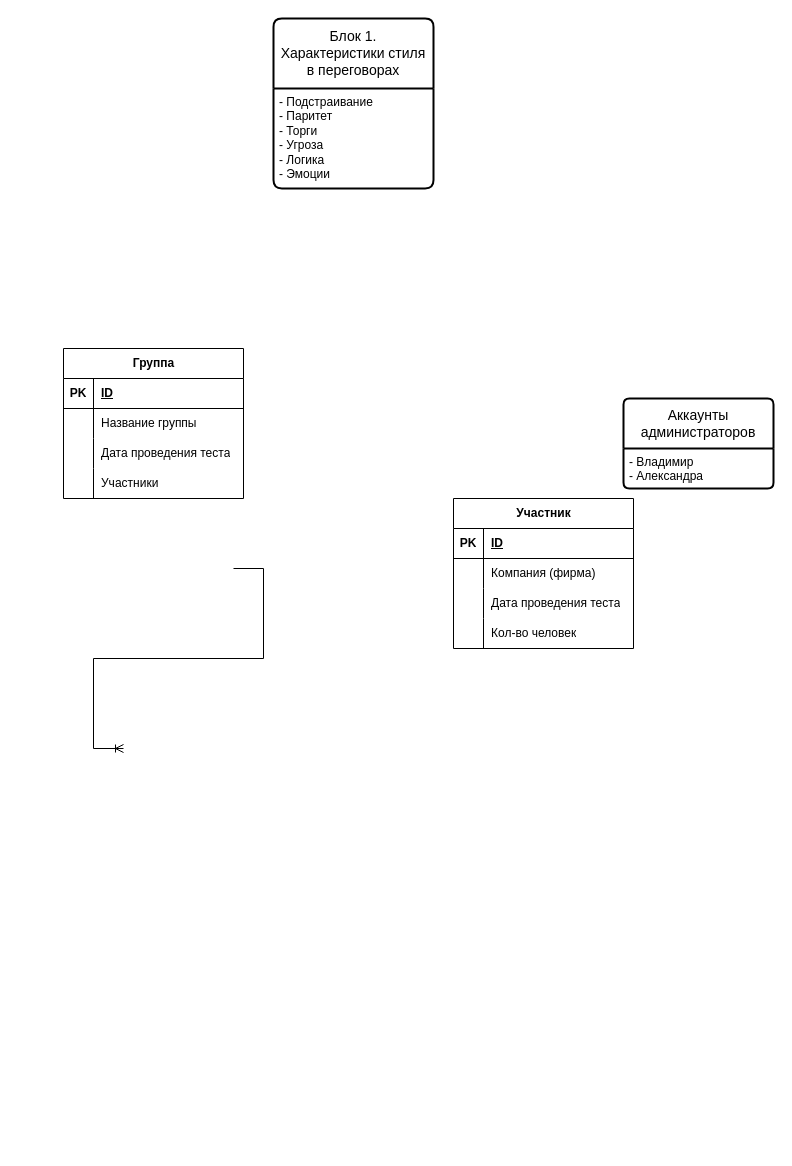
apakufai/ISeC_workfiles keeps this draw.io diagram as ИКС-файл.drawio. Above is the earlier version. Source tidied: cells renumbered, new cells numbered last; positions are measured from the earlier drawing's top-left corner, leaving out a move shared by most shapes. Both pictures are drawn from the tidied source at 100%, with x=0, y=0 at pixel (63, 18).
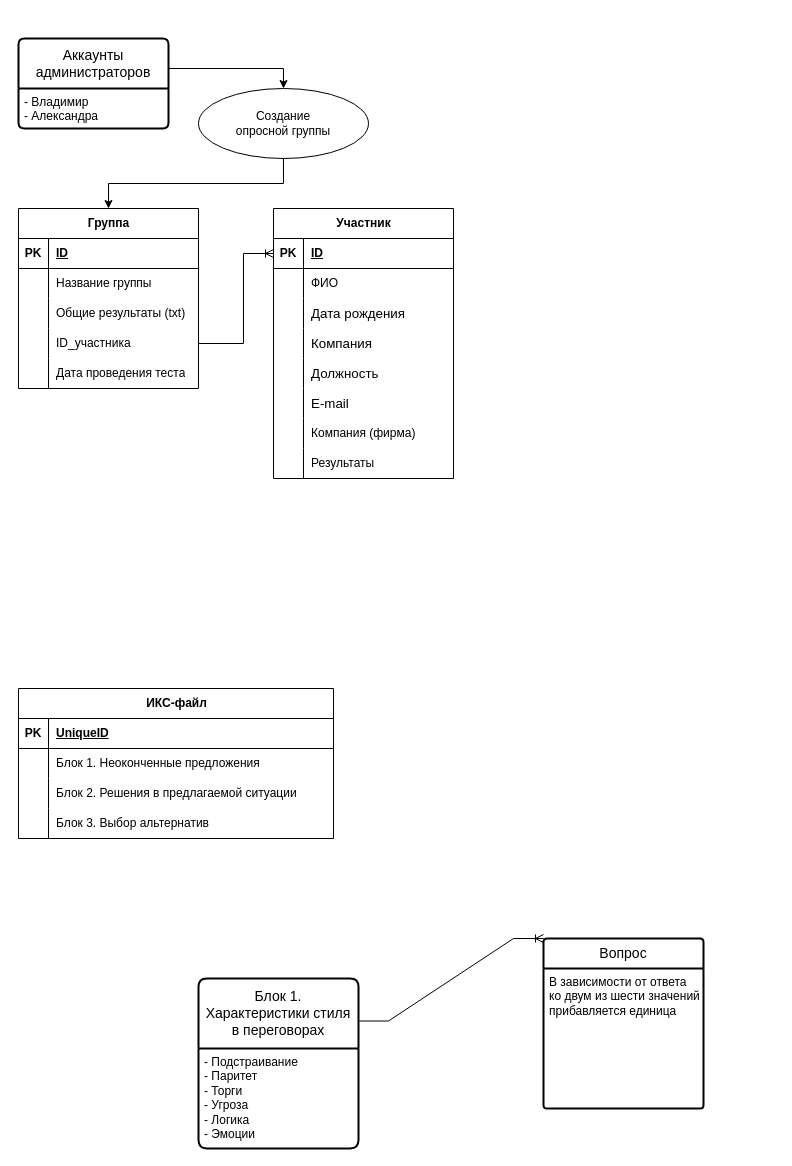
After the change.

Unchanged cells that the change refers to:
```xml
<mxCell id="3" value="- Владимир&lt;div&gt;- Александра&lt;/div&gt;" style="align=left;strokeColor=none;fillColor=none;spacingLeft=4;fontSize=12;verticalAlign=top;html=1;" parent="2" vertex="1">
  <mxGeometry y="50" width="150" height="40" as="geometry" />
</mxCell>
<mxCell id="11" style="shape=tableRow;horizontal=0;startSize=0;swimlaneHead=0;swimlaneBody=0;fillColor=none;top=0;left=0;right=0;bottom=0;" parent="4" vertex="1">
  <mxGeometry y="90" width="180" height="30" as="geometry" />
</mxCell>
<mxCell id="14" style="shape=tableRow;horizontal=0;startSize=0;swimlaneHead=0;swimlaneBody=0;fillColor=none;points=[[0,0.5],[1,0.5]];portConstraint=eastwest;top=0;left=0;right=0;bottom=0;" parent="4" vertex="1">
  <mxGeometry y="120" width="180" height="30" as="geometry" />
</mxCell>
<mxCell id="18" style="shape=tableRow;horizontal=0;startSize=0;swimlaneHead=0;swimlaneBody=0;fillColor=none;points=[[0,0.5],[1,0.5]];portConstraint=eastwest;top=0;left=0;right=0;bottom=1;" parent="17" vertex="1">
  <mxGeometry y="30" width="180" height="30" as="geometry" />
</mxCell>
<mxCell id="21" style="shape=tableRow;horizontal=0;startSize=0;swimlaneHead=0;swimlaneBody=0;fillColor=none;top=0;left=0;right=0;bottom=0;" parent="17" vertex="1">
  <mxGeometry y="60" width="180" height="30" as="geometry" />
</mxCell>
<mxCell id="24" style="shape=tableRow;horizontal=0;startSize=0;swimlaneHead=0;swimlaneBody=0;fillColor=none;top=0;left=0;right=0;bottom=0;" parent="17" vertex="1">
  <mxGeometry y="90" width="180" height="30" as="geometry" />
</mxCell>
<mxCell id="27" style="shape=tableRow;horizontal=0;startSize=0;swimlaneHead=0;swimlaneBody=0;fillColor=none;top=0;left=0;right=0;bottom=0;" parent="17" vertex="1">
  <mxGeometry y="120" width="180" height="30" as="geometry" />
</mxCell>
```

Diff of the diagram source:
```diff
@@
     <mxCell id="2" value="Аккаунты администраторов" style="swimlane;horizontal=1;startSize=50;rounded=1;fontSize=14;fontStyle=0;strokeWidth=2;shadow=0;dashed=0;align=center;arcSize=4;whiteSpace=wrap;html=1;" parent="1" vertex="1">
-      <mxGeometry x="560" y="380" width="150" height="90" as="geometry" />
+      <mxGeometry x="-45" y="20" width="150" height="90" as="geometry" />
     </mxCell>
@@
     <mxCell id="4" value="Группа" style="shape=table;startSize=30;childLayout=tableLayout;rowLines=0;fontStyle=1;align=center;html=1;" parent="1" vertex="1">
-      <mxGeometry y="330" width="180" height="150" as="geometry" />
+      <mxGeometry x="-45" y="190" width="180" height="180" as="geometry" />
     </mxCell>
@@
-    <mxCell id="13" value="Дата проведения теста" style="shape=partialRectangle;fillColor=none;top=0;left=0;bottom=0;right=0;align=left;spacingLeft=6;overflow=hidden;whiteSpace=wrap;html=1;" parent="11" vertex="1">
+    <mxCell id="13" value="Общие результаты (txt)" style="shape=partialRectangle;fillColor=none;top=0;left=0;bottom=0;right=0;align=left;spacingLeft=6;overflow=hidden;whiteSpace=wrap;html=1;" parent="11" vertex="1">
       <mxGeometry x="30" width="150" height="30" as="geometry" />
     </mxCell>
@@
-    <mxCell id="16" value="Участники" style="shape=partialRectangle;fillColor=none;top=0;left=0;bottom=0;right=0;align=left;spacingLeft=6;overflow=hidden;whiteSpace=wrap;html=1;" parent="14" vertex="1">
+    <mxCell id="16" value="ID_участника" style="shape=partialRectangle;fillColor=none;top=0;left=0;bottom=0;right=0;align=left;spacingLeft=6;overflow=hidden;whiteSpace=wrap;html=1;" parent="14" vertex="1">
       <mxGeometry x="30" width="150" height="30" as="geometry" />
     </mxCell>
+    <mxCell id="33" style="shape=tableRow;horizontal=0;startSize=0;swimlaneHead=0;swimlaneBody=0;fillColor=none;top=0;left=0;right=0;bottom=0;" parent="4" vertex="1">
+      <mxGeometry y="150" width="180" height="30" as="geometry" />
+    </mxCell>
+    <mxCell id="34" style="shape=partialRectangle;fillColor=none;top=0;left=0;bottom=0;right=0;overflow=hidden;whiteSpace=wrap;html=1;" parent="33" vertex="1">
+      <mxGeometry width="30" height="30" as="geometry" />
+    </mxCell>
+    <mxCell id="35" value="Дата проведения теста" style="shape=partialRectangle;fillColor=none;top=0;left=0;bottom=0;right=0;align=left;spacingLeft=6;overflow=hidden;whiteSpace=wrap;html=1;" parent="33" vertex="1">
+      <mxGeometry x="30" width="150" height="30" as="geometry" />
+    </mxCell>
     <mxCell id="17" value="Участник" style="shape=table;startSize=30;childLayout=tableLayout;rowLines=0;fontStyle=1;align=center;html=1;" parent="1" vertex="1">
-      <mxGeometry x="390" y="480" width="180" height="150" as="geometry" />
+      <mxGeometry x="210" y="190" width="180" height="270" as="geometry" />
     </mxCell>
@@
-    <mxCell id="23" value="Компания (фирма)" style="shape=partialRectangle;fillColor=none;top=0;left=0;bottom=0;right=0;align=left;spacingLeft=6;overflow=hidden;whiteSpace=wrap;html=1;" parent="21" vertex="1">
+    <mxCell id="23" value="ФИО" style="shape=partialRectangle;fillColor=none;top=0;left=0;bottom=0;right=0;align=left;spacingLeft=6;overflow=hidden;whiteSpace=wrap;html=1;" parent="21" vertex="1">
       <mxGeometry x="30" width="150" height="30" as="geometry" />
     </mxCell>
@@
-    <mxCell id="26" value="Дата проведения теста" style="shape=partialRectangle;fillColor=none;top=0;left=0;bottom=0;right=0;align=left;spacingLeft=6;overflow=hidden;whiteSpace=wrap;html=1;" parent="24" vertex="1">
+    <mxCell id="26" value="&lt;span style=&quot;font-size: 10pt; font-family: Arial, sans-serif;&quot;&gt;Дата рождения&lt;/span&gt;" style="shape=partialRectangle;fillColor=none;top=0;left=0;bottom=0;right=0;align=left;spacingLeft=6;overflow=hidden;whiteSpace=wrap;html=1;" parent="24" vertex="1">
       <mxGeometry x="30" width="150" height="30" as="geometry" />
     </mxCell>
@@
-    <mxCell id="29" value="Кол-во человек" style="shape=partialRectangle;fillColor=none;top=0;left=0;bottom=0;right=0;align=left;spacingLeft=6;overflow=hidden;whiteSpace=wrap;html=1;" parent="27" vertex="1">
+    <mxCell id="29" value="&lt;span style=&quot;font-size: 10pt; font-family: Arial, sans-serif;&quot;&gt;Компания&lt;/span&gt;" style="shape=partialRectangle;fillColor=none;top=0;left=0;bottom=0;right=0;align=left;spacingLeft=6;overflow=hidden;whiteSpace=wrap;html=1;" parent="27" vertex="1">
       <mxGeometry x="30" width="150" height="30" as="geometry" />
     </mxCell>
-    <mxCell id="30" style="edgeStyle=entityRelationEdgeStyle;fontSize=12;html=1;endArrow=ERoneToMany;rounded=0;" parent="1" edge="1">
-      <mxGeometry relative="1" as="geometry">
-        <mxPoint x="170" y="550" as="sourcePoint" />
-        <mxPoint x="60" y="730" as="targetPoint" />
-        <Array as="points">
-          <mxPoint x="180" y="560" />
-          <mxPoint x="150" y="570" />
-        </Array>
-      </mxGeometry>
-    </mxCell>
+    <mxCell id="36" style="shape=tableRow;horizontal=0;startSize=0;swimlaneHead=0;swimlaneBody=0;fillColor=none;top=0;left=0;right=0;bottom=0;" parent="17" vertex="1">
+      <mxGeometry y="150" width="180" height="30" as="geometry" />
+    </mxCell>
+    <mxCell id="37" style="shape=partialRectangle;fillColor=none;top=0;left=0;bottom=0;right=0;overflow=hidden;whiteSpace=wrap;html=1;" parent="36" vertex="1">
+      <mxGeometry width="30" height="30" as="geometry" />
+    </mxCell>
+    <mxCell id="38" value="&lt;span style=&quot;font-size: 10pt; font-family: Arial, sans-serif;&quot;&gt;Должность&amp;nbsp;&lt;/span&gt;" style="shape=partialRectangle;fillColor=none;top=0;left=0;bottom=0;right=0;align=left;spacingLeft=6;overflow=hidden;whiteSpace=wrap;html=1;" parent="36" vertex="1">
+      <mxGeometry x="30" width="150" height="30" as="geometry" />
+    </mxCell>
+    <mxCell id="39" style="shape=tableRow;horizontal=0;startSize=0;swimlaneHead=0;swimlaneBody=0;fillColor=none;top=0;left=0;right=0;bottom=0;" parent="17" vertex="1">
+      <mxGeometry y="180" width="180" height="30" as="geometry" />
+    </mxCell>
+    <mxCell id="40" style="shape=partialRectangle;fillColor=none;top=0;left=0;bottom=0;right=0;overflow=hidden;whiteSpace=wrap;html=1;" parent="39" vertex="1">
+      <mxGeometry width="30" height="30" as="geometry" />
+    </mxCell>
+    <mxCell id="41" value="&lt;span style=&quot;font-size: 10pt; font-family: Arial, sans-serif;&quot;&gt;E-mail&lt;/span&gt;" style="shape=partialRectangle;fillColor=none;top=0;left=0;bottom=0;right=0;align=left;spacingLeft=6;overflow=hidden;whiteSpace=wrap;html=1;" parent="39" vertex="1">
+      <mxGeometry x="30" width="150" height="30" as="geometry" />
+    </mxCell>
+    <mxCell id="42" style="shape=tableRow;horizontal=0;startSize=0;swimlaneHead=0;swimlaneBody=0;fillColor=none;top=0;left=0;right=0;bottom=0;" parent="17" vertex="1">
+      <mxGeometry y="210" width="180" height="30" as="geometry" />
+    </mxCell>
+    <mxCell id="43" style="shape=partialRectangle;fillColor=none;top=0;left=0;bottom=0;right=0;overflow=hidden;whiteSpace=wrap;html=1;" parent="42" vertex="1">
+      <mxGeometry width="30" height="30" as="geometry" />
+    </mxCell>
+    <mxCell id="44" value="Компания (фирма)" style="shape=partialRectangle;fillColor=none;top=0;left=0;bottom=0;right=0;align=left;spacingLeft=6;overflow=hidden;whiteSpace=wrap;html=1;" parent="42" vertex="1">
+      <mxGeometry x="30" width="150" height="30" as="geometry" />
+    </mxCell>
+    <mxCell id="45" style="shape=tableRow;horizontal=0;startSize=0;swimlaneHead=0;swimlaneBody=0;fillColor=none;top=0;left=0;right=0;bottom=0;" parent="17" vertex="1">
+      <mxGeometry y="240" width="180" height="30" as="geometry" />
+    </mxCell>
+    <mxCell id="46" style="shape=partialRectangle;fillColor=none;top=0;left=0;bottom=0;right=0;overflow=hidden;whiteSpace=wrap;html=1;" parent="45" vertex="1">
+      <mxGeometry width="30" height="30" as="geometry" />
+    </mxCell>
+    <mxCell id="47" value="Результаты" style="shape=partialRectangle;fillColor=none;top=0;left=0;bottom=0;right=0;align=left;spacingLeft=6;overflow=hidden;whiteSpace=wrap;html=1;" parent="45" vertex="1">
+      <mxGeometry x="30" width="150" height="30" as="geometry" />
+    </mxCell>
     <mxCell id="31" value="Блок 1.&lt;div&gt;Характеристики стиля&lt;/div&gt;&lt;div&gt;в переговорах&lt;/div&gt;" style="swimlane;horizontal=1;startSize=70;rounded=1;fontSize=14;fontStyle=0;strokeWidth=2;shadow=0;dashed=0;align=center;arcSize=4;whiteSpace=wrap;html=1;" parent="1" vertex="1">
-      <mxGeometry x="210" width="160" height="170" as="geometry" />
+      <mxGeometry x="135" y="960" width="160" height="170" as="geometry" />
     </mxCell>
@@
+    <mxCell id="48" style="edgeStyle=entityRelationEdgeStyle;fontSize=12;html=1;endArrow=ERoneToMany;rounded=0;exitX=1;exitY=0.25;exitDx=0;exitDy=0;entryX=0;entryY=0;entryDx=0;entryDy=0;" parent="1" edge="1" source="31" target="49">
+      <mxGeometry relative="1" as="geometry" />
+    </mxCell>
+    <mxCell id="49" value="Вопрос" style="swimlane;horizontal=1;startSize=30;rounded=1;fontSize=14;fontStyle=0;strokeWidth=2;shadow=0;dashed=0;align=center;arcSize=4;whiteSpace=wrap;html=1;" parent="1" vertex="1">
+      <mxGeometry x="480" y="920" width="160" height="170" as="geometry" />
+    </mxCell>
+    <mxCell id="50" value="В зависимости от ответа&lt;div&gt;ко двум из шести значений&lt;/div&gt;&lt;div&gt;прибавляется единица&lt;/div&gt;" style="align=left;strokeColor=none;fillColor=none;spacingLeft=4;fontSize=12;verticalAlign=top;html=1;" parent="49" vertex="1">
+      <mxGeometry y="30" width="160" height="140" as="geometry" />
+    </mxCell>
+    <mxCell id="51" style="edgeStyle=orthogonalEdgeStyle;rounded=0;jettySize=auto;html=1;exitX=1;exitY=0;exitDx=0;exitDy=0;entryX=0.5;entryY=0;entryDx=0;entryDy=0;" parent="1" edge="1" source="3" target="53">
+      <mxGeometry relative="1" as="geometry" />
+    </mxCell>
+    <mxCell id="52" style="edgeStyle=orthogonalEdgeStyle;rounded=0;jettySize=auto;html=1;entryX=0.5;entryY=0;entryDx=0;entryDy=0;" parent="1" edge="1" source="53" target="4">
+      <mxGeometry relative="1" as="geometry" />
+    </mxCell>
+    <mxCell id="53" value="Создание&lt;div&gt;опросной группы&lt;/div&gt;" style="ellipse;whiteSpace=wrap;html=1;align=center;" parent="1" vertex="1">
+      <mxGeometry x="135" y="70" width="170" height="70" as="geometry" />
+    </mxCell>
+    <mxCell id="54" style="edgeStyle=elbowEdgeStyle;fontSize=12;html=1;endArrow=ERoneToMany;rounded=0;exitX=1;exitY=0.5;exitDx=0;exitDy=0;entryX=0;entryY=0.5;entryDx=0;entryDy=0;" parent="1" edge="1" source="14" target="18">
+      <mxGeometry relative="1" as="geometry">
+        <Array as="points">
+          <mxPoint x="180" y="280" />
+        </Array>
+      </mxGeometry>
+    </mxCell>
+    <mxCell id="55" value="ИКС-файл" style="shape=table;startSize=30;childLayout=tableLayout;rowLines=0;fontStyle=1;align=center;html=1;" parent="1" vertex="1">
+      <mxGeometry x="-45" y="670" width="315" height="150" as="geometry" />
+    </mxCell>
+    <mxCell id="56" style="shape=tableRow;horizontal=0;startSize=0;swimlaneHead=0;swimlaneBody=0;fillColor=none;top=0;left=0;right=0;bottom=1;" parent="55" vertex="1">
+      <mxGeometry y="30" width="315" height="30" as="geometry" />
+    </mxCell>
+    <mxCell id="57" value="PK" style="shape=partialRectangle;fillColor=none;top=0;left=0;bottom=0;right=0;fontStyle=1;overflow=hidden;whiteSpace=wrap;html=1;" parent="56" vertex="1">
+      <mxGeometry width="30" height="30" as="geometry" />
+    </mxCell>
+    <mxCell id="58" value="UniqueID" style="shape=partialRectangle;fillColor=none;top=0;left=0;bottom=0;right=0;align=left;spacingLeft=6;fontStyle=5;overflow=hidden;whiteSpace=wrap;html=1;" parent="56" vertex="1">
+      <mxGeometry x="30" width="285" height="30" as="geometry" />
+    </mxCell>
+    <mxCell id="59" style="shape=tableRow;horizontal=0;startSize=0;swimlaneHead=0;swimlaneBody=0;fillColor=none;top=0;left=0;right=0;bottom=0;" parent="55" vertex="1">
+      <mxGeometry y="60" width="315" height="30" as="geometry" />
+    </mxCell>
+    <mxCell id="60" style="shape=partialRectangle;fillColor=none;top=0;left=0;bottom=0;right=0;overflow=hidden;whiteSpace=wrap;html=1;" parent="59" vertex="1">
+      <mxGeometry width="30" height="30" as="geometry" />
+    </mxCell>
+    <mxCell id="61" value="Блок 1. Неоконченные предложения" style="shape=partialRectangle;fillColor=none;top=0;left=0;bottom=0;right=0;align=left;spacingLeft=6;overflow=hidden;whiteSpace=wrap;html=1;" parent="59" vertex="1">
+      <mxGeometry x="30" width="285" height="30" as="geometry" />
+    </mxCell>
+    <mxCell id="62" style="shape=tableRow;horizontal=0;startSize=0;swimlaneHead=0;swimlaneBody=0;fillColor=none;top=0;left=0;right=0;bottom=0;" parent="55" vertex="1">
+      <mxGeometry y="90" width="315" height="30" as="geometry" />
+    </mxCell>
+    <mxCell id="63" style="shape=partialRectangle;fillColor=none;top=0;left=0;bottom=0;right=0;overflow=hidden;whiteSpace=wrap;html=1;" parent="62" vertex="1">
+      <mxGeometry width="30" height="30" as="geometry" />
+    </mxCell>
+    <mxCell id="64" value="Блок 2. Решения в предлагаемой ситуации" style="shape=partialRectangle;fillColor=none;top=0;left=0;bottom=0;right=0;align=left;spacingLeft=6;overflow=hidden;whiteSpace=wrap;html=1;" parent="62" vertex="1">
+      <mxGeometry x="30" width="285" height="30" as="geometry" />
+    </mxCell>
+    <mxCell id="65" style="shape=tableRow;horizontal=0;startSize=0;swimlaneHead=0;swimlaneBody=0;fillColor=none;top=0;left=0;right=0;bottom=0;" parent="55" vertex="1">
+      <mxGeometry y="120" width="315" height="30" as="geometry" />
+    </mxCell>
+    <mxCell id="66" style="shape=partialRectangle;fillColor=none;top=0;left=0;bottom=0;right=0;overflow=hidden;whiteSpace=wrap;html=1;" parent="65" vertex="1">
+      <mxGeometry width="30" height="30" as="geometry" />
+    </mxCell>
+    <mxCell id="67" value="Блок 3. Выбор альтернатив" style="shape=partialRectangle;fillColor=none;top=0;left=0;bottom=0;right=0;align=left;spacingLeft=6;overflow=hidden;whiteSpace=wrap;html=1;" parent="65" vertex="1">
+      <mxGeometry x="30" width="285" height="30" as="geometry" />
+    </mxCell>
```
